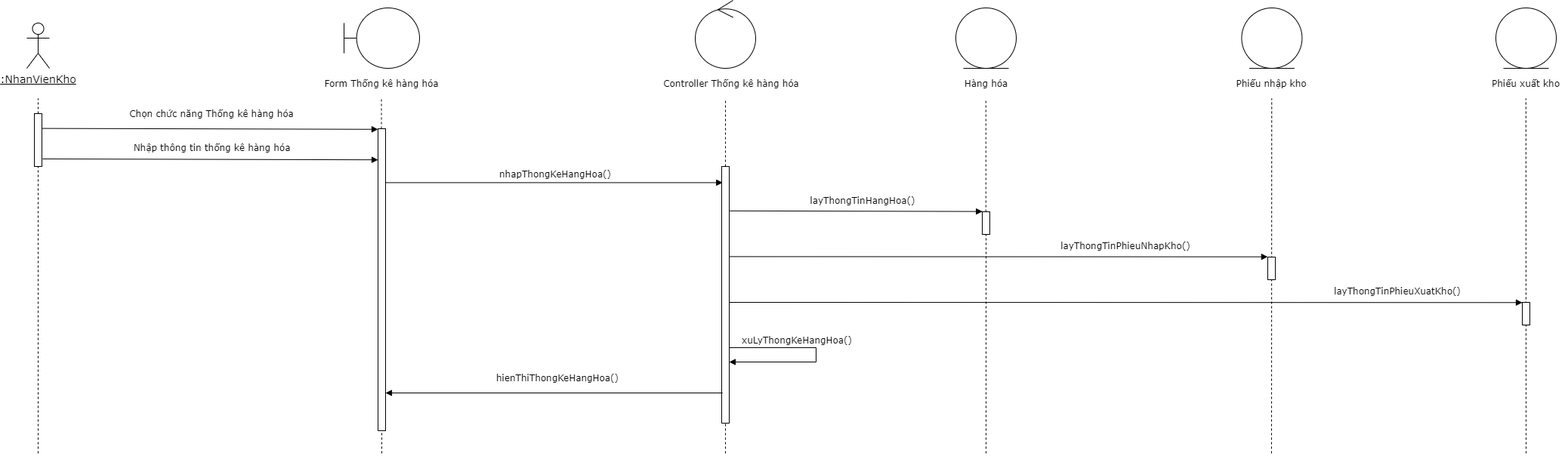
This is Phan_Tich_Thiet_Ke/Diagram/Sequence_Diagram/Sequence_ThongKeHangHoa.png from KNhaa/DoAnCNPM, a draw.io export, as it was before one commit. Source tidied: cells renumbered, new cells last; positions are measured from the earlier drawing's top-left corner, leaving out a move shared by most shapes.
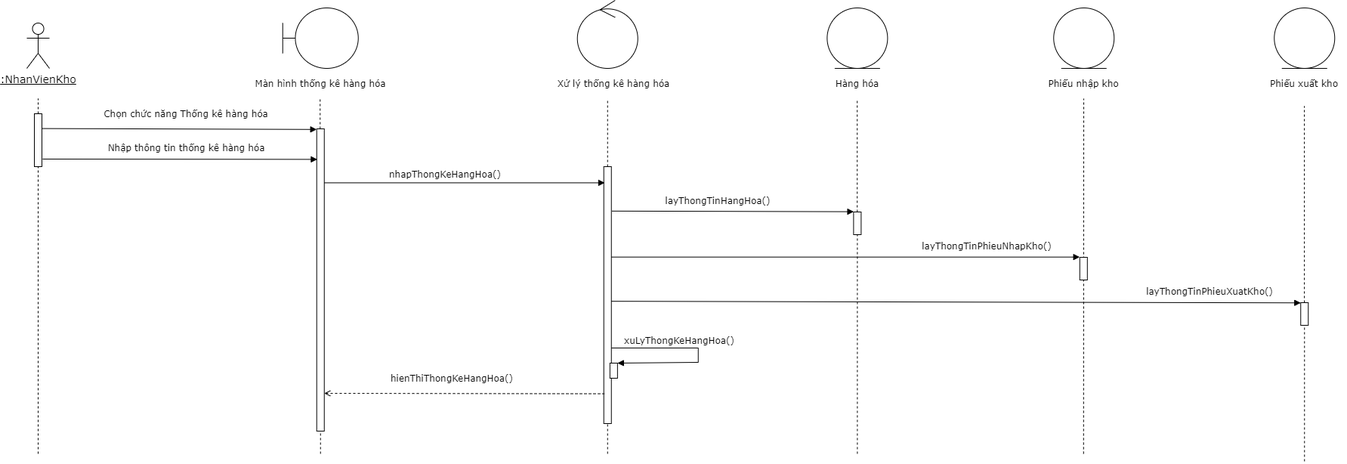
The same diagram one commit later.

Commit message:
Update lần 1 sequence Thống kê hàng hóa

Change to the diagram source:
```diff
@@ -5,167 +5,167 @@
     <mxCell id="2" value="&lt;u style=&quot;font-size: 14px;&quot;&gt;:NhanVienKho&lt;/u&gt;" style="shape=umlActor;verticalLabelPosition=bottom;verticalAlign=top;html=1;fontFamily=Verdana;fontSize=14;" parent="1" vertex="1">
       <mxGeometry y="30" width="30" height="60" as="geometry" />
     </mxCell>
-    <mxCell id="3" style="endArrow=none;dashed=1;html=1;" parent="1" edge="1">
+    <mxCell id="3" style="endArrow=none;dashed=1;html=1;fontFamily=Verdana;" parent="1" edge="1">
       <mxGeometry relative="1" as="geometry">
         <mxPoint x="15" y="600" as="sourcePoint" />
         <mxPoint x="15" y="130" as="targetPoint" />
       </mxGeometry>
     </mxCell>
-    <mxCell id="4" style="html=1;points=[];perimeter=orthogonalPerimeter;" parent="1" vertex="1">
+    <mxCell id="4" style="html=1;points=[];perimeter=orthogonalPerimeter;fontFamily=Verdana;" parent="1" vertex="1">
       <mxGeometry x="10" y="150" width="10" height="70" as="geometry" />
     </mxCell>
     <mxCell id="5" value="Chọn chức năng Thống kê hàng hóa" style="text;html=1;strokeColor=none;fillColor=none;align=center;verticalAlign=middle;whiteSpace=wrap;rounded=0;fontFamily=Verdana;" parent="1" vertex="1">
-      <mxGeometry x="130" y="140" width="230" height="20" as="geometry" />
+      <mxGeometry x="96.2" y="140" width="230" height="20" as="geometry" />
     </mxCell>
     <mxCell id="6" value="Nhập thông tin thống kê hàng hóa" style="text;html=1;strokeColor=none;fillColor=none;align=center;verticalAlign=middle;whiteSpace=wrap;rounded=0;fontFamily=Verdana;" parent="1" vertex="1">
-      <mxGeometry x="117.5" y="180" width="255" height="30" as="geometry" />
+      <mxGeometry x="83.8" y="180" width="255" height="30" as="geometry" />
     </mxCell>
     <mxCell id="7" value="nhapThongKeHangHoa()" style="text;html=1;strokeColor=none;fillColor=none;align=center;verticalAlign=middle;whiteSpace=wrap;rounded=0;fontFamily=Verdana;" parent="1" vertex="1">
-      <mxGeometry x="585" y="220" width="230" height="20" as="geometry" />
+      <mxGeometry x="438.8" y="220" width="230" height="20" as="geometry" />
     </mxCell>
-    <mxCell id="8" style="endArrow=none;dashed=1;html=1;" parent="1" edge="1" source="9">
+    <mxCell id="8" style="endArrow=none;dashed=1;html=1;fontFamily=Verdana;" parent="1" edge="1" source="9">
       <mxGeometry relative="1" as="geometry">
-        <mxPoint x="469.5" y="130" as="targetPoint" />
+        <mxPoint x="388.2" y="130" as="targetPoint" />
       </mxGeometry>
     </mxCell>
-    <mxCell id="9" style="html=1;points=[];perimeter=orthogonalPerimeter;" parent="1" vertex="1">
-      <mxGeometry x="465" y="170" width="10" height="400" as="geometry" />
+    <mxCell id="9" style="html=1;points=[];perimeter=orthogonalPerimeter;fontFamily=Verdana;" parent="1" vertex="1">
+      <mxGeometry x="383.8" y="170" width="10" height="400" as="geometry" />
     </mxCell>
-    <mxCell id="10" style="endArrow=none;dashed=1;html=1;" parent="1" edge="1" target="9">
+    <mxCell id="10" style="endArrow=none;dashed=1;html=1;fontFamily=Verdana;" parent="1" edge="1" target="9">
       <mxGeometry relative="1" as="geometry">
-        <mxPoint x="470" y="600" as="sourcePoint" />
+        <mxPoint x="388.8" y="600" as="sourcePoint" />
       </mxGeometry>
     </mxCell>
-    <mxCell id="11" style="endArrow=none;dashed=1;html=1;" parent="1" edge="1" source="12">
+    <mxCell id="11" style="endArrow=none;dashed=1;html=1;fontFamily=Verdana;" parent="1" edge="1" source="12">
       <mxGeometry relative="1" as="geometry">
-        <mxPoint x="925" y="130" as="targetPoint" />
+        <mxPoint x="768.8" y="130" as="targetPoint" />
       </mxGeometry>
     </mxCell>
-    <mxCell id="12" style="html=1;points=[];perimeter=orthogonalPerimeter;" parent="1" vertex="1">
-      <mxGeometry x="920" y="220" width="10" height="340" as="geometry" />
+    <mxCell id="12" style="html=1;points=[];perimeter=orthogonalPerimeter;fontFamily=Verdana;" parent="1" vertex="1">
+      <mxGeometry x="763.8" y="220" width="10" height="340" as="geometry" />
     </mxCell>
     <mxCell id="13" style="endArrow=block;html=1;fontFamily=Verdana;endFill=1;entryX=0.124;entryY=0.063;entryDx=0;entryDy=0;entryPerimeter=0;" parent="1" edge="1" source="9" target="12">
       <mxGeometry relative="1" as="geometry" />
     </mxCell>
-    <mxCell id="14" style="endArrow=none;dashed=1;html=1;" parent="1" edge="1">
+    <mxCell id="14" style="endArrow=none;dashed=1;html=1;fontFamily=Verdana;" parent="1" edge="1">
       <mxGeometry relative="1" as="geometry">
-        <mxPoint x="925" y="600" as="sourcePoint" />
-        <mxPoint x="925" y="560" as="targetPoint" />
+        <mxPoint x="768.8" y="600" as="sourcePoint" />
+        <mxPoint x="768.8" y="560" as="targetPoint" />
       </mxGeometry>
     </mxCell>
     <mxCell id="15" style="endArrow=block;html=1;fontFamily=Verdana;endFill=1;exitX=1.093;exitY=0.28;exitDx=0;exitDy=0;exitPerimeter=0;entryX=-0.007;entryY=0.002;entryDx=0;entryDy=0;entryPerimeter=0;" parent="1" edge="1" source="4" target="9">
       <mxGeometry relative="1" as="geometry" />
     </mxCell>
-    <mxCell id="16" style="endArrow=block;html=1;fontFamily=Verdana;endFill=1;exitX=1.093;exitY=0.28;exitDx=0;exitDy=0;exitPerimeter=0;entryX=-0.007;entryY=0.002;entryDx=0;entryDy=0;entryPerimeter=0;" parent="1" edge="1">
+    <mxCell id="16" style="endArrow=block;html=1;fontFamily=Verdana;endFill=1;exitX=1.093;exitY=0.28;exitDx=0;exitDy=0;exitPerimeter=0;entryX=0.069;entryY=0.101;entryDx=0;entryDy=0;entryPerimeter=0;" parent="1" edge="1" target="9">
       <mxGeometry relative="1" as="geometry">
         <mxPoint x="21" y="210" as="sourcePoint" />
-        <mxPoint x="465" y="211.2" as="targetPoint" />
       </mxGeometry>
     </mxCell>
     <mxCell id="17" style="shape=umlBoundary;whiteSpace=wrap;html=1;labelBackgroundColor=#ffffff;fontFamily=Verdana;" parent="1" vertex="1">
-      <mxGeometry x="420" y="10" width="100" height="80" as="geometry" />
+      <mxGeometry x="338.8" y="10" width="100" height="80" as="geometry" />
     </mxCell>
-    <mxCell id="18" value="Form Thống kê hàng hóa" style="text;html=1;strokeColor=none;fillColor=none;align=center;verticalAlign=middle;whiteSpace=wrap;rounded=0;fontFamily=Verdana;" parent="1" vertex="1">
-      <mxGeometry x="381.2" y="100" width="177.5" height="20" as="geometry" />
+    <mxCell id="18" value="Màn hình thống kê hàng hóa" style="text;html=1;strokeColor=none;fillColor=none;align=center;verticalAlign=middle;whiteSpace=wrap;rounded=0;fontFamily=Verdana;" parent="1" vertex="1">
+      <mxGeometry x="300" y="100" width="177.5" height="20" as="geometry" />
     </mxCell>
     <mxCell id="19" style="ellipse;shape=umlControl;whiteSpace=wrap;html=1;labelBackgroundColor=#ffffff;fontFamily=Verdana;" parent="1" vertex="1">
-      <mxGeometry x="885" width="80" height="90" as="geometry" />
+      <mxGeometry x="728.8" width="80" height="90" as="geometry" />
     </mxCell>
-    <mxCell id="20" value="Controller Thống kê hàng hóa" style="text;html=1;strokeColor=none;fillColor=none;align=center;verticalAlign=middle;whiteSpace=wrap;rounded=0;fontFamily=Verdana;" parent="1" vertex="1">
-      <mxGeometry x="836.2" y="100" width="193.8" height="20" as="geometry" />
+    <mxCell id="20" value="Xử lý thống kê hàng hóa" style="text;html=1;strokeColor=none;fillColor=none;align=center;verticalAlign=middle;whiteSpace=wrap;rounded=0;fontFamily=Verdana;" parent="1" vertex="1">
+      <mxGeometry x="680" y="100" width="193.8" height="20" as="geometry" />
     </mxCell>
     <mxCell id="21" style="ellipse;shape=umlEntity;whiteSpace=wrap;html=1;labelBackgroundColor=#ffffff;fontFamily=Verdana;" parent="1" vertex="1">
-      <mxGeometry x="1230" y="10" width="80" height="80" as="geometry" />
+      <mxGeometry x="1059.4" y="10" width="80" height="80" as="geometry" />
     </mxCell>
     <mxCell id="22" value="Hàng hóa" style="text;html=1;strokeColor=none;fillColor=none;align=center;verticalAlign=middle;whiteSpace=wrap;rounded=0;fontFamily=Verdana;" parent="1" vertex="1">
-      <mxGeometry x="1221.6" y="100" width="96.9" height="20" as="geometry" />
+      <mxGeometry x="1050.9" y="100" width="96.9" height="20" as="geometry" />
     </mxCell>
     <mxCell id="23" style="endArrow=none;dashed=1;html=1;fontFamily=Verdana;" parent="1" edge="1" source="34">
       <mxGeometry relative="1" as="geometry">
-        <mxPoint x="1269.8" y="130" as="targetPoint" />
+        <mxPoint x="1099.2" y="130" as="targetPoint" />
       </mxGeometry>
     </mxCell>
     <mxCell id="24" value="xuLyThongKeHangHoa()" style="text;html=1;strokeColor=none;fillColor=none;align=center;verticalAlign=middle;whiteSpace=wrap;rounded=0;fontFamily=Verdana;" parent="1" vertex="1">
-      <mxGeometry x="940" y="440" width="160" height="20" as="geometry" />
+      <mxGeometry x="783.8" y="440" width="160" height="20" as="geometry" />
     </mxCell>
-    <mxCell id="25" style="endArrow=block;html=1;fontFamily=Verdana;rounded=0;endFill=1;" parent="1" edge="1">
+    <mxCell id="25" style="endArrow=block;html=1;fontFamily=Verdana;rounded=0;endFill=1;" parent="1" edge="1" target="44">
       <mxGeometry relative="1" as="geometry">
-        <mxPoint x="930" y="460" as="sourcePoint" />
-        <mxPoint x="930" y="479" as="targetPoint" />
+        <mxPoint x="773.8" y="460" as="sourcePoint" />
         <Array as="points">
-          <mxPoint x="1045" y="460" />
-          <mxPoint x="1045" y="479" />
+          <mxPoint x="888.8" y="460" />
+          <mxPoint x="888.8" y="479" />
         </Array>
       </mxGeometry>
     </mxCell>
     <mxCell id="26" style="ellipse;shape=umlEntity;whiteSpace=wrap;html=1;labelBackgroundColor=#ffffff;fontFamily=Verdana;" parent="1" vertex="1">
-      <mxGeometry x="1608.4" y="10" width="80" height="80" as="geometry" />
+      <mxGeometry x="1359.2" y="10" width="80" height="80" as="geometry" />
     </mxCell>
     <mxCell id="27" value="Phiếu nhập kho" style="text;html=1;strokeColor=none;fillColor=none;align=center;verticalAlign=middle;whiteSpace=wrap;rounded=0;fontFamily=Verdana;" parent="1" vertex="1">
-      <mxGeometry x="1593.4" y="100" width="110" height="20" as="geometry" />
+      <mxGeometry x="1344.2" y="100" width="110" height="20" as="geometry" />
     </mxCell>
     <mxCell id="28" style="endArrow=none;dashed=1;html=1;fontFamily=Verdana;" parent="1" edge="1">
       <mxGeometry relative="1" as="geometry">
-        <mxPoint x="1648" y="600" as="sourcePoint" />
-        <mxPoint x="1648.2" y="130" as="targetPoint" />
+        <mxPoint x="1398.8" y="600" as="sourcePoint" />
+        <mxPoint x="1399" y="130" as="targetPoint" />
       </mxGeometry>
     </mxCell>
     <mxCell id="29" style="ellipse;shape=umlEntity;whiteSpace=wrap;html=1;labelBackgroundColor=#ffffff;fontFamily=Verdana;" parent="1" vertex="1">
-      <mxGeometry x="1945" y="10" width="80" height="80" as="geometry" />
+      <mxGeometry x="1651.2" y="10" width="80" height="80" as="geometry" />
     </mxCell>
     <mxCell id="30" value="Phiếu xuất kho" style="text;html=1;strokeColor=none;fillColor=none;align=center;verticalAlign=middle;whiteSpace=wrap;rounded=0;fontFamily=Verdana;" parent="1" vertex="1">
-      <mxGeometry x="1930" y="100" width="110" height="20" as="geometry" />
+      <mxGeometry x="1636.2" y="100" width="110" height="20" as="geometry" />
     </mxCell>
-    <mxCell id="31" style="endArrow=none;dashed=1;html=1;fontFamily=Verdana;" parent="1" edge="1">
+    <mxCell id="31" style="endArrow=none;dashed=1;html=1;fontFamily=Verdana;" parent="1" edge="1" source="39">
       <mxGeometry relative="1" as="geometry">
-        <mxPoint x="1985" y="600" as="sourcePoint" />
-        <mxPoint x="1984.8" y="130" as="targetPoint" />
+        <mxPoint x="1691" y="140" as="targetPoint" />
       </mxGeometry>
     </mxCell>
     <mxCell id="32" value="layThongTinHangHoa()" style="text;html=1;strokeColor=none;fillColor=none;align=center;verticalAlign=middle;whiteSpace=wrap;rounded=0;fontFamily=Verdana;" parent="1" vertex="1">
-      <mxGeometry x="991.6" y="250" width="230" height="30" as="geometry" />
+      <mxGeometry x="800" y="250" width="230" height="30" as="geometry" />
     </mxCell>
     <mxCell id="33" value="layThongTinPhieuNhapKho()" style="text;html=1;strokeColor=none;fillColor=none;align=center;verticalAlign=middle;whiteSpace=wrap;rounded=0;fontFamily=Verdana;labelBackgroundColor=#ffffff;" parent="1" vertex="1">
-      <mxGeometry x="1340" y="310" width="230" height="30" as="geometry" />
+      <mxGeometry x="1156.2" y="310" width="230" height="30" as="geometry" />
     </mxCell>
-    <mxCell id="34" style="html=1;points=[];perimeter=orthogonalPerimeter;labelBackgroundColor=#ffffff;" parent="1" vertex="1">
-      <mxGeometry x="1265" y="280" width="10" height="30" as="geometry" />
+    <mxCell id="34" style="html=1;points=[];perimeter=orthogonalPerimeter;labelBackgroundColor=#ffffff;fontFamily=Verdana;" parent="1" vertex="1">
+      <mxGeometry x="1094.4" y="280" width="10" height="30" as="geometry" />
     </mxCell>
     <mxCell id="35" style="endArrow=none;dashed=1;html=1;fontFamily=Verdana;" parent="1" edge="1" target="34">
       <mxGeometry relative="1" as="geometry">
-        <mxPoint x="1270" y="600" as="sourcePoint" />
+        <mxPoint x="1099.4" y="600" as="sourcePoint" />
       </mxGeometry>
     </mxCell>
-    <mxCell id="36" style="endArrow=block;html=1;endFill=1;exitX=1.089;exitY=0.173;exitDx=0;exitDy=0;exitPerimeter=0;entryX=0.019;entryY=-0.012;entryDx=0;entryDy=0;entryPerimeter=0;" parent="1" edge="1" source="12" target="34">
+    <mxCell id="36" style="endArrow=block;html=1;endFill=1;exitX=1.089;exitY=0.173;exitDx=0;exitDy=0;exitPerimeter=0;entryX=0.019;entryY=-0.012;entryDx=0;entryDy=0;entryPerimeter=0;fontFamily=Verdana;" parent="1" edge="1" source="12" target="34">
       <mxGeometry relative="1" as="geometry" />
     </mxCell>
-    <mxCell id="37" style="endArrow=block;html=1;endFill=1;exitX=1.065;exitY=0.41;exitDx=0;exitDy=0;exitPerimeter=0;entryX=-0.015;entryY=-0.011;entryDx=0;entryDy=0;entryPerimeter=0;" parent="1" edge="1" target="38">
-      <mxGeometry relative="1" as="geometry">
-        <mxPoint x="930.6" y="339.4" as="sourcePoint" />
-      </mxGeometry>
+    <mxCell id="37" style="endArrow=block;html=1;endFill=1;entryX=-0.015;entryY=-0.011;entryDx=0;entryDy=0;entryPerimeter=0;fontFamily=Verdana;" parent="1" edge="1" source="12" target="38">
+      <mxGeometry relative="1" as="geometry" />
     </mxCell>
-    <mxCell id="38" style="html=1;points=[];perimeter=orthogonalPerimeter;labelBackgroundColor=#ffffff;" parent="1" vertex="1">
-      <mxGeometry x="1643" y="340" width="10" height="30" as="geometry" />
+    <mxCell id="38" style="html=1;points=[];perimeter=orthogonalPerimeter;labelBackgroundColor=#ffffff;fontFamily=Verdana;" parent="1" vertex="1">
+      <mxGeometry x="1393.8" y="340" width="10" height="30" as="geometry" />
     </mxCell>
-    <mxCell id="39" style="html=1;points=[];perimeter=orthogonalPerimeter;labelBackgroundColor=#ffffff;" parent="1" vertex="1">
-      <mxGeometry x="1980" y="400" width="10" height="30" as="geometry" />
-    </mxCell>
-    <mxCell id="40" style="endArrow=block;html=1;endFill=1;exitX=1.065;exitY=0.41;exitDx=0;exitDy=0;exitPerimeter=0;entryX=0;entryY=0.009;entryDx=0;entryDy=0;entryPerimeter=0;" parent="1" edge="1" target="39">
-      <mxGeometry relative="1" as="geometry">
-        <mxPoint x="930" y="400" as="sourcePoint" />
-      </mxGeometry>
+    <mxCell id="40" style="endArrow=block;html=1;endFill=1;exitX=0.982;exitY=0.524;exitDx=0;exitDy=0;exitPerimeter=0;entryX=0;entryY=0.009;entryDx=0;entryDy=0;entryPerimeter=0;fontFamily=Verdana;" parent="1" edge="1" source="12" target="39">
+      <mxGeometry relative="1" as="geometry" />
     </mxCell>
     <mxCell id="41" value="layThongTinPhieuXuatKho()" style="text;html=1;strokeColor=none;fillColor=none;align=center;verticalAlign=middle;whiteSpace=wrap;rounded=0;fontFamily=Verdana;labelBackgroundColor=#ffffff;" parent="1" vertex="1">
-      <mxGeometry x="1700" y="370" width="230" height="30" as="geometry" />
+      <mxGeometry x="1450.8" y="370" width="230" height="30" as="geometry" />
     </mxCell>
-    <mxCell id="42" style="endArrow=none;html=1;fontFamily=Verdana;endFill=0;entryX=0.124;entryY=0.063;entryDx=0;entryDy=0;entryPerimeter=0;startArrow=block;startFill=1;" parent="1" edge="1">
+    <mxCell id="42" style="endArrow=none;html=1;fontFamily=Verdana;endFill=0;startArrow=open;startFill=0;entryX=0.087;entryY=0.884;entryDx=0;entryDy=0;entryPerimeter=0;dashed=1;" parent="1" edge="1" target="12">
       <mxGeometry relative="1" as="geometry">
-        <mxPoint x="475" y="520" as="sourcePoint" />
-        <mxPoint x="921.2" y="520" as="targetPoint" />
+        <mxPoint x="393.8" y="520" as="sourcePoint" />
       </mxGeometry>
     </mxCell>
     <mxCell id="43" value="hienThiThongKeHangHoa()&amp;nbsp;" style="text;html=1;strokeColor=none;fillColor=none;align=center;verticalAlign=middle;whiteSpace=wrap;rounded=0;fontFamily=Verdana;" parent="1" vertex="1">
-      <mxGeometry x="590" y="490" width="230" height="20" as="geometry" />
+      <mxGeometry x="450" y="490" width="230" height="20" as="geometry" />
     </mxCell>
+    <mxCell id="44" style="html=1;points=[];perimeter=orthogonalPerimeter;fontFamily=Verdana;" parent="1" vertex="1">
+      <mxGeometry x="771.9" y="480" width="10" height="20" as="geometry" />
+    </mxCell>
+    <mxCell id="39" style="html=1;points=[];perimeter=orthogonalPerimeter;labelBackgroundColor=#ffffff;fontFamily=Verdana;" parent="1" vertex="1">
+      <mxGeometry x="1686.2" y="400" width="10" height="30" as="geometry" />
+    </mxCell>
+    <mxCell id="45" style="endArrow=none;dashed=1;html=1;fontFamily=Verdana;" parent="1" edge="1" target="39">
+      <mxGeometry relative="1" as="geometry">
+        <mxPoint x="1691.2" y="610" as="sourcePoint" />
+      </mxGeometry>
+    </mxCell>
   </root>
 </mxGraphModel>
```
